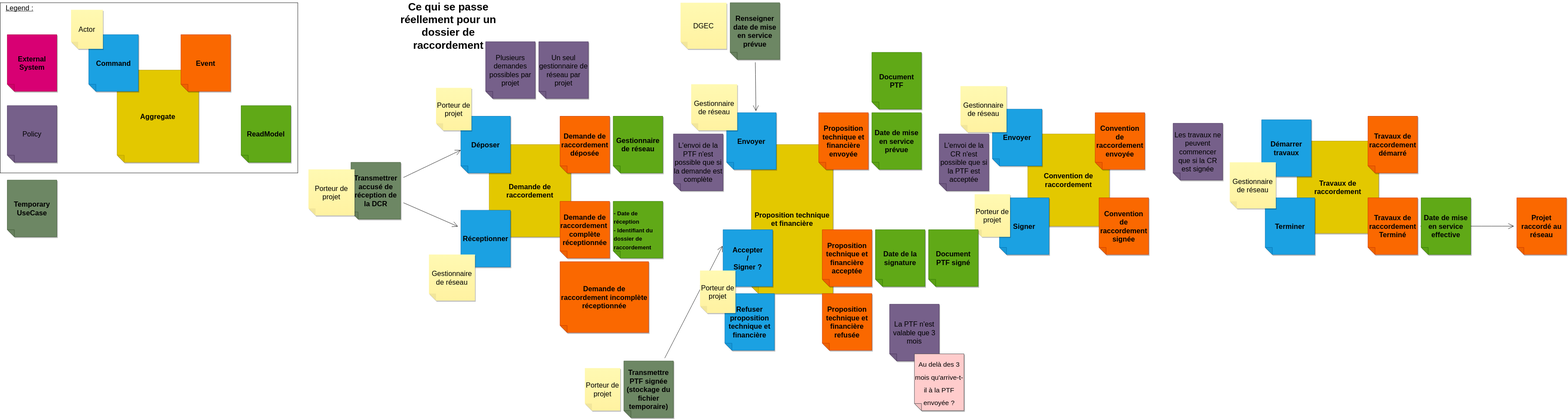
Before: docs/event-stormings/raccordement.drawio.svg, a diagram exported from draw.io (MTES-MCT/potentiel). Source tidied: cells renumbered, new cells last; positions are measured from the earlier drawing's top-left corner, leaving out a move shared by most shapes.
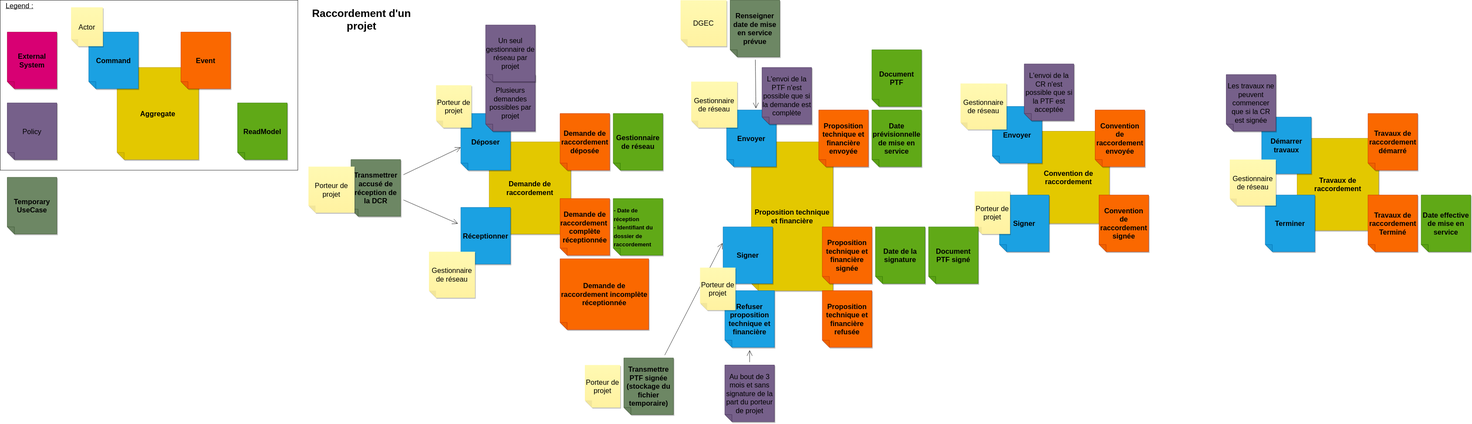
Above is the later version.

Commit message:
📝 Event storming valide

Change to the diagram source:
```diff
@@ -2,9 +2,6 @@
   <root>
     <mxCell id="0" />
     <mxCell id="1" parent="0" />
-    <mxCell id="2" value="&lt;font color=&quot;#000000&quot;&gt;L'envoi de la CR n'est possible que si la PTF est acceptée&amp;nbsp;&lt;/font&gt;" style="shape=note;whiteSpace=wrap;html=1;backgroundOutline=1;fontColor=#ffffff;darkOpacity=0.05;fillColor=#76608a;strokeColor=#432D57;fillStyle=solid;direction=west;gradientDirection=north;shadow=1;size=20;fontSize=20;" parent="1" vertex="1">
-      <mxGeometry x="2650" y="370" width="140" height="160" as="geometry" />
-    </mxCell>
     <mxCell id="3" style="rounded=0;whiteSpace=wrap;html=1;" parent="1" vertex="1">
       <mxGeometry width="840" height="480" as="geometry" />
     </mxCell>
@@ -21,7 +18,7 @@
       <mxGeometry x="200" y="20" width="90" height="110" as="geometry" />
     </mxCell>
     <mxCell id="8" value="&lt;b&gt;&lt;font color=&quot;#000000&quot;&gt;ReadModel&lt;/font&gt;&lt;/b&gt;" style="shape=note;whiteSpace=wrap;html=1;backgroundOutline=1;fontColor=#ffffff;darkOpacity=0.05;fillColor=#60a917;strokeColor=#2D7600;fillStyle=solid;direction=west;gradientDirection=north;shadow=1;size=20;fontSize=20;" parent="1" vertex="1">
-      <mxGeometry x="680" y="290" width="140" height="160" as="geometry" />
+      <mxGeometry x="670" y="290" width="140" height="160" as="geometry" />
     </mxCell>
     <mxCell id="9" value="&lt;b&gt;&lt;font color=&quot;#000000&quot;&gt;External System&lt;/font&gt;&lt;/b&gt;" style="shape=note;whiteSpace=wrap;html=1;backgroundOutline=1;fontColor=#ffffff;darkOpacity=0.05;fillColor=#d80073;strokeColor=#A50040;fillStyle=solid;direction=west;gradientDirection=north;shadow=1;size=20;fontSize=20;" parent="1" vertex="1">
       <mxGeometry x="20" y="90" width="140" height="160" as="geometry" />
@@ -32,12 +29,6 @@
     <mxCell id="11" value="&lt;u&gt;&lt;font style=&quot;font-size: 20px;&quot;&gt;Legend :&lt;/font&gt;&lt;/u&gt;" style="text;strokeColor=none;fillColor=none;html=1;align=center;verticalAlign=middle;whiteSpace=wrap;rounded=0;" parent="1" vertex="1">
       <mxGeometry width="110" height="30" as="geometry" />
     </mxCell>
-    <mxCell id="12" style="edgeStyle=none;curved=1;rounded=0;jettySize=auto;html=1;fontSize=25;endArrow=open;startSize=14;endSize=14;sourcePerimeterSpacing=8;targetPerimeterSpacing=8;" parent="1" edge="1" source="39" target="13">
-      <mxGeometry relative="1" as="geometry" />
-    </mxCell>
-    <mxCell id="13" value="&lt;font style=&quot;font-size: 20px;&quot;&gt;&lt;b style=&quot;&quot;&gt;Projet raccordé au réseau&lt;/b&gt;&lt;/font&gt;" style="shape=note;whiteSpace=wrap;html=1;backgroundOutline=1;darkOpacity=0.05;fillColor=#fa6800;strokeColor=#C73500;fillStyle=solid;direction=west;gradientDirection=north;shadow=1;size=20;fontColor=#000000;" parent="1" vertex="1">
-      <mxGeometry x="4280" y="550" width="140" height="160" as="geometry" />
-    </mxCell>
     <mxCell id="14" value="&lt;span style=&quot;font-size: 20px;&quot;&gt;&lt;b&gt;Demande de raccordement incomplète&amp;nbsp;&lt;/b&gt;&lt;/span&gt;&lt;b style=&quot;border-color: var(--border-color); font-size: 20px;&quot;&gt;réceptionnée&lt;/b&gt;" style="shape=note;whiteSpace=wrap;html=1;backgroundOutline=1;darkOpacity=0.05;fillColor=#fa6800;strokeColor=#C73500;fillStyle=solid;direction=west;gradientDirection=north;shadow=1;size=20;fontColor=#000000;" parent="1" vertex="1">
       <mxGeometry x="1580" y="730" width="250" height="200" as="geometry" />
     </mxCell>
@@ -80,10 +71,10 @@
     <mxCell id="27" value="&lt;span style=&quot;font-size: 20px;&quot;&gt;&lt;b&gt;Proposition technique et financière envoyée&lt;/b&gt;&lt;/span&gt;" style="shape=note;whiteSpace=wrap;html=1;backgroundOutline=1;darkOpacity=0.05;fillColor=#fa6800;strokeColor=#C73500;fillStyle=solid;direction=west;gradientDirection=north;shadow=1;size=20;fontColor=#000000;" parent="1" vertex="1">
       <mxGeometry x="2310" y="310" width="140" height="160" as="geometry" />
     </mxCell>
-    <mxCell id="28" value="&lt;b style=&quot;border-color: var(--border-color); color: rgb(0, 0, 0);&quot;&gt;Accepter&lt;br&gt;/&lt;br&gt;Signer ?&lt;br&gt;&lt;/b&gt;" style="shape=note;whiteSpace=wrap;html=1;backgroundOutline=1;darkOpacity=0.05;fillColor=#1ba1e2;strokeColor=#006EAF;fillStyle=solid;direction=west;gradientDirection=north;shadow=1;size=20;fontSize=20;fontColor=#ffffff;" parent="1" vertex="1">
+    <mxCell id="28" value="&lt;b style=&quot;border-color: var(--border-color); color: rgb(0, 0, 0);&quot;&gt;Signer&lt;br&gt;&lt;/b&gt;" style="shape=note;whiteSpace=wrap;html=1;backgroundOutline=1;darkOpacity=0.05;fillColor=#1ba1e2;strokeColor=#006EAF;fillStyle=solid;direction=west;gradientDirection=north;shadow=1;size=20;fontSize=20;fontColor=#ffffff;" parent="1" vertex="1">
       <mxGeometry x="2040" y="640" width="140" height="160" as="geometry" />
     </mxCell>
-    <mxCell id="29" value="&lt;span style=&quot;font-size: 20px;&quot;&gt;&lt;b&gt;Proposition technique et financière acceptée&lt;/b&gt;&lt;/span&gt;" style="shape=note;whiteSpace=wrap;html=1;backgroundOutline=1;darkOpacity=0.05;fillColor=#fa6800;strokeColor=#C73500;fillStyle=solid;direction=west;gradientDirection=north;shadow=1;size=20;fontColor=#000000;" parent="1" vertex="1">
+    <mxCell id="29" value="&lt;span style=&quot;font-size: 20px;&quot;&gt;&lt;b&gt;Proposition technique et financière signée&lt;/b&gt;&lt;/span&gt;" style="shape=note;whiteSpace=wrap;html=1;backgroundOutline=1;darkOpacity=0.05;fillColor=#fa6800;strokeColor=#C73500;fillStyle=solid;direction=west;gradientDirection=north;shadow=1;size=20;fontColor=#000000;" parent="1" vertex="1">
       <mxGeometry x="2320" y="640" width="140" height="160" as="geometry" />
     </mxCell>
     <mxCell id="30" value="&lt;b style=&quot;border-color: var(--border-color); color: rgb(0, 0, 0);&quot;&gt;Refuser proposition technique et financière&lt;/b&gt;" style="shape=note;whiteSpace=wrap;html=1;backgroundOutline=1;darkOpacity=0.05;fillColor=#1ba1e2;strokeColor=#006EAF;fillStyle=solid;direction=west;gradientDirection=north;shadow=1;size=20;fontSize=20;fontColor=#ffffff;" parent="1" vertex="1">
@@ -128,26 +119,26 @@
     <mxCell id="43" value="&lt;div style=&quot;&quot;&gt;&lt;span style=&quot;background-color: initial;&quot;&gt;Gestionnaire de réseau&lt;/span&gt;&lt;/div&gt;" style="shape=note;whiteSpace=wrap;html=1;backgroundOutline=1;fontColor=#000000;darkOpacity=0.05;fillColor=#FFF9B2;strokeColor=none;fillStyle=solid;direction=west;gradientDirection=north;gradientColor=#FFF2A1;shadow=1;size=20;fontSize=20;align=center;" parent="1" vertex="1">
       <mxGeometry x="3470" y="450" width="130" height="130" as="geometry" />
     </mxCell>
-    <mxCell id="44" value="&lt;span style=&quot;font-size: 30px;&quot;&gt;&lt;b&gt;Ce qui se passe réellement pour un dossier de raccordement&lt;/b&gt;&lt;/span&gt;" style="text;strokeColor=none;fillColor=none;html=1;align=center;verticalAlign=middle;whiteSpace=wrap;rounded=0;" parent="1" vertex="1">
-      <mxGeometry x="1115" y="50" width="300" height="30" as="geometry" />
+    <mxCell id="44" value="&lt;span style=&quot;font-size: 30px;&quot;&gt;&lt;b&gt;Raccordement d'un projet&lt;/b&gt;&lt;/span&gt;" style="text;strokeColor=none;fillColor=none;html=1;align=center;verticalAlign=middle;whiteSpace=wrap;rounded=0;" parent="1" vertex="1">
+      <mxGeometry x="870" y="40" width="300" height="30" as="geometry" />
     </mxCell>
     <mxCell id="45" value="&lt;font color=&quot;#000000&quot;&gt;L'envoi de la PTF n'est possible que si la demande est complète&amp;nbsp;&lt;/font&gt;" style="shape=note;whiteSpace=wrap;html=1;backgroundOutline=1;fontColor=#ffffff;darkOpacity=0.05;fillColor=#76608a;strokeColor=#432D57;fillStyle=solid;direction=west;gradientDirection=north;shadow=1;size=20;fontSize=20;" parent="1" vertex="1">
-      <mxGeometry x="1900" y="370" width="140" height="160" as="geometry" />
+      <mxGeometry x="2150" y="190" width="140" height="160" as="geometry" />
     </mxCell>
     <mxCell id="46" value="&lt;font color=&quot;#000000&quot;&gt;Les travaux ne peuvent commencer que si la CR est signée&lt;/font&gt;" style="shape=note;whiteSpace=wrap;html=1;backgroundOutline=1;fontColor=#ffffff;darkOpacity=0.05;fillColor=#76608a;strokeColor=#432D57;fillStyle=solid;direction=west;gradientDirection=north;shadow=1;size=20;fontSize=20;" parent="1" vertex="1">
-      <mxGeometry x="3310" y="340" width="140" height="160" as="geometry" />
+      <mxGeometry x="3460" y="210" width="140" height="160" as="geometry" />
     </mxCell>
     <mxCell id="47" value="&lt;font color=&quot;#000000&quot;&gt;Plusieurs demandes possibles par projet&lt;/font&gt;" style="shape=note;whiteSpace=wrap;html=1;backgroundOutline=1;fontColor=#ffffff;darkOpacity=0.05;fillColor=#76608a;strokeColor=#432D57;fillStyle=solid;direction=west;gradientDirection=north;shadow=1;size=20;fontSize=20;" parent="1" vertex="1">
-      <mxGeometry x="1370" y="110" width="140" height="160" as="geometry" />
+      <mxGeometry x="1370" y="210" width="140" height="160" as="geometry" />
     </mxCell>
+    <mxCell id="69" style="edgeStyle=none;curved=1;rounded=0;jettySize=auto;html=1;endArrow=open;startSize=14;endSize=14;sourcePerimeterSpacing=8;targetPerimeterSpacing=8;" parent="1" edge="1" source="48" target="30">
+      <mxGeometry relative="1" as="geometry" />
+    </mxCell>
-    <mxCell id="48" value="&lt;font color=&quot;#000000&quot;&gt;La PTF n'est valable que 3 mois&lt;/font&gt;" style="shape=note;whiteSpace=wrap;html=1;backgroundOutline=1;fontColor=#ffffff;darkOpacity=0.05;fillColor=#76608a;strokeColor=#432D57;fillStyle=solid;direction=west;gradientDirection=north;shadow=1;size=20;fontSize=20;" parent="1" vertex="1">
-      <mxGeometry x="2510" y="850" width="140" height="160" as="geometry" />
+    <mxCell id="48" value="&lt;font color=&quot;#000000&quot;&gt;Au bout de 3 mois et sans signature de la part du porteur de projet&lt;/font&gt;" style="shape=note;whiteSpace=wrap;html=1;backgroundOutline=1;fontColor=#ffffff;darkOpacity=0.05;fillColor=#76608a;strokeColor=#432D57;fillStyle=solid;direction=west;gradientDirection=north;shadow=1;size=20;fontSize=20;" parent="1" vertex="1">
+      <mxGeometry x="2045" y="1030" width="140" height="160" as="geometry" />
     </mxCell>
-    <mxCell id="49" value="&lt;font style=&quot;font-size: 19px;&quot;&gt;Au delà des 3 mois qu'arrive-t-il à la PTF envoyée ?&lt;/font&gt;" style="shape=note;whiteSpace=wrap;html=1;backgroundOutline=1;darkOpacity=0.05;fillColor=#ffcccc;strokeColor=#36393d;fillStyle=solid;direction=west;gradientDirection=north;shadow=1;size=20;fontSize=30;" parent="1" vertex="1">
-      <mxGeometry x="2580" y="990" width="140" height="160" as="geometry" />
-    </mxCell>
     <mxCell id="50" value="&lt;font color=&quot;#000000&quot;&gt;Un seul gestionnaire de réseau par projet&lt;/font&gt;" style="shape=note;whiteSpace=wrap;html=1;backgroundOutline=1;fontColor=#ffffff;darkOpacity=0.05;fillColor=#76608a;strokeColor=#432D57;fillStyle=solid;direction=west;gradientDirection=north;shadow=1;size=20;fontSize=20;" parent="1" vertex="1">
-      <mxGeometry x="1520" y="110" width="140" height="160" as="geometry" />
+      <mxGeometry x="1370" y="70" width="140" height="160" as="geometry" />
     </mxCell>
     <mxCell id="51" value="&lt;b style=&quot;font-size: 16px;&quot;&gt;&lt;font style=&quot;font-size: 16px;&quot; color=&quot;#000000&quot;&gt;- Date de réception&lt;br&gt;- Identifiant du dossier de raccordement&lt;/font&gt;&lt;/b&gt;" style="shape=note;whiteSpace=wrap;html=1;backgroundOutline=1;fontColor=#ffffff;darkOpacity=0.05;fillColor=#60a917;strokeColor=#2D7600;fillStyle=solid;direction=west;gradientDirection=north;shadow=1;size=20;fontSize=20;align=left;" parent="1" vertex="1">
       <mxGeometry x="1730" y="560" width="140" height="160" as="geometry" />
@@ -155,13 +146,13 @@
     <mxCell id="52" value="&lt;b&gt;&lt;font color=&quot;#000000&quot;&gt;Gestionnaire de réseau&lt;/font&gt;&lt;/b&gt;" style="shape=note;whiteSpace=wrap;html=1;backgroundOutline=1;fontColor=#ffffff;darkOpacity=0.05;fillColor=#60a917;strokeColor=#2D7600;fillStyle=solid;direction=west;gradientDirection=north;shadow=1;size=20;fontSize=20;" parent="1" vertex="1">
       <mxGeometry x="1730" y="320" width="140" height="160" as="geometry" />
     </mxCell>
-    <mxCell id="53" value="&lt;b&gt;&lt;font color=&quot;#000000&quot;&gt;Date de mise en service prévue&lt;/font&gt;&lt;/b&gt;" style="shape=note;whiteSpace=wrap;html=1;backgroundOutline=1;fontColor=#ffffff;darkOpacity=0.05;fillColor=#60a917;strokeColor=#2D7600;fillStyle=solid;direction=west;gradientDirection=north;shadow=1;size=20;fontSize=20;" parent="1" vertex="1">
+    <mxCell id="53" value="&lt;b&gt;&lt;font color=&quot;#000000&quot;&gt;Date prévisionnelle de mise en service&lt;/font&gt;&lt;/b&gt;" style="shape=note;whiteSpace=wrap;html=1;backgroundOutline=1;fontColor=#ffffff;darkOpacity=0.05;fillColor=#60a917;strokeColor=#2D7600;fillStyle=solid;direction=west;gradientDirection=north;shadow=1;size=20;fontSize=20;" parent="1" vertex="1">
       <mxGeometry x="2460" y="310" width="140" height="160" as="geometry" />
     </mxCell>
     <mxCell id="54" value="&lt;b&gt;&lt;font color=&quot;#000000&quot;&gt;Date de la signature&lt;/font&gt;&lt;/b&gt;" style="shape=note;whiteSpace=wrap;html=1;backgroundOutline=1;fontColor=#ffffff;darkOpacity=0.05;fillColor=#60a917;strokeColor=#2D7600;fillStyle=solid;direction=west;gradientDirection=north;shadow=1;size=20;fontSize=20;" parent="1" vertex="1">
       <mxGeometry x="2470" y="640" width="140" height="160" as="geometry" />
     </mxCell>
-    <mxCell id="55" value="&lt;b&gt;&lt;font color=&quot;#000000&quot;&gt;Date de mise en service effective&lt;/font&gt;&lt;/b&gt;" style="shape=note;whiteSpace=wrap;html=1;backgroundOutline=1;fontColor=#ffffff;darkOpacity=0.05;fillColor=#60a917;strokeColor=#2D7600;fillStyle=solid;direction=west;gradientDirection=north;shadow=1;size=20;fontSize=20;" parent="1" vertex="1">
+    <mxCell id="55" value="&lt;b&gt;&lt;font color=&quot;#000000&quot;&gt;Date effective de mise en service&lt;/font&gt;&lt;/b&gt;" style="shape=note;whiteSpace=wrap;html=1;backgroundOutline=1;fontColor=#ffffff;darkOpacity=0.05;fillColor=#60a917;strokeColor=#2D7600;fillStyle=solid;direction=west;gradientDirection=north;shadow=1;size=20;fontSize=20;" parent="1" vertex="1">
       <mxGeometry x="4010" y="550" width="140" height="160" as="geometry" />
     </mxCell>
     <mxCell id="56" style="edgeStyle=none;curved=1;rounded=0;jettySize=auto;html=1;entryX=1;entryY=0.403;entryDx=0;entryDy=0;entryPerimeter=0;fontSize=30;endArrow=open;startSize=14;endSize=14;sourcePerimeterSpacing=8;targetPerimeterSpacing=8;" parent="1" edge="1" source="58" target="19">
@@ -203,5 +194,8 @@
     <mxCell id="68" value="&lt;b&gt;&lt;font color=&quot;#000000&quot;&gt;Document&lt;br&gt;PTF signé&lt;br&gt;&lt;/font&gt;&lt;/b&gt;" style="shape=note;whiteSpace=wrap;html=1;backgroundOutline=1;fontColor=#ffffff;darkOpacity=0.05;fillColor=#60a917;strokeColor=#2D7600;fillStyle=solid;direction=west;gradientDirection=north;shadow=1;size=20;fontSize=20;" parent="1" vertex="1">
       <mxGeometry x="2620" y="640" width="140" height="160" as="geometry" />
     </mxCell>
+    <mxCell id="2" value="&lt;font color=&quot;#000000&quot;&gt;L'envoi de la CR n'est possible que si la PTF est acceptée&amp;nbsp;&lt;/font&gt;" style="shape=note;whiteSpace=wrap;html=1;backgroundOutline=1;fontColor=#ffffff;darkOpacity=0.05;fillColor=#76608a;strokeColor=#432D57;fillStyle=solid;direction=west;gradientDirection=north;shadow=1;size=20;fontSize=20;" parent="1" vertex="1">
+      <mxGeometry x="2890" y="180" width="140" height="160" as="geometry" />
+    </mxCell>
   </root>
 </mxGraphModel>
```
